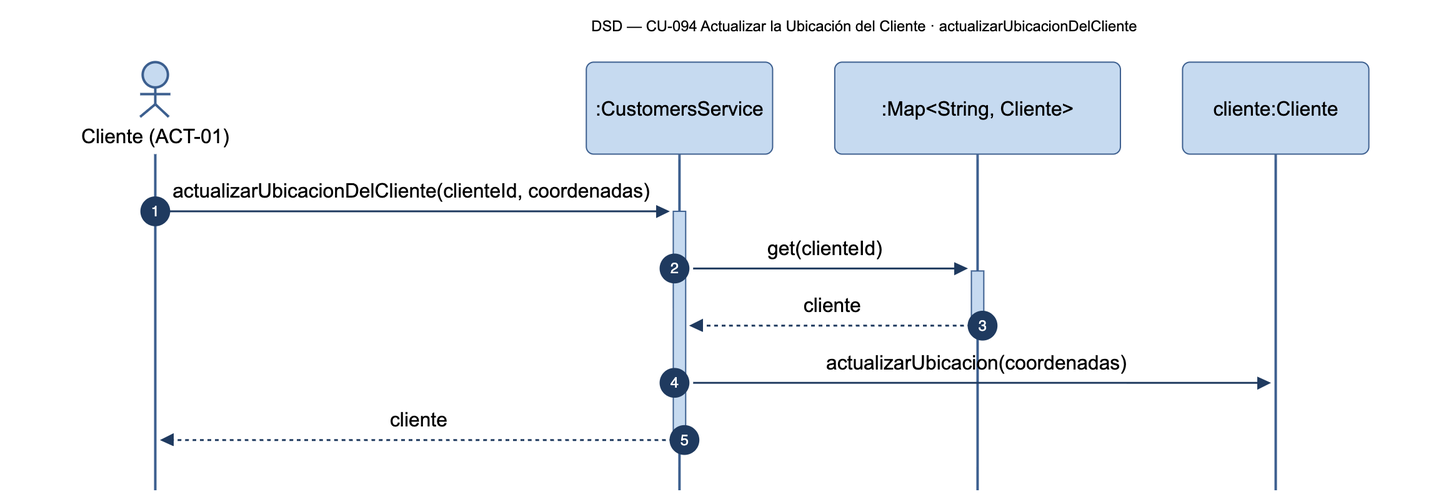
The Mermaid diagram diagramas/png/DSD_CU-094_actualizarUbicacionDelCliente.png in Nahuelito-Dev/splg-docs, before a commit. Its source is kept beside it as diagramas/DSD_CU-094_actualizarUbicacionDelCliente.mmd.
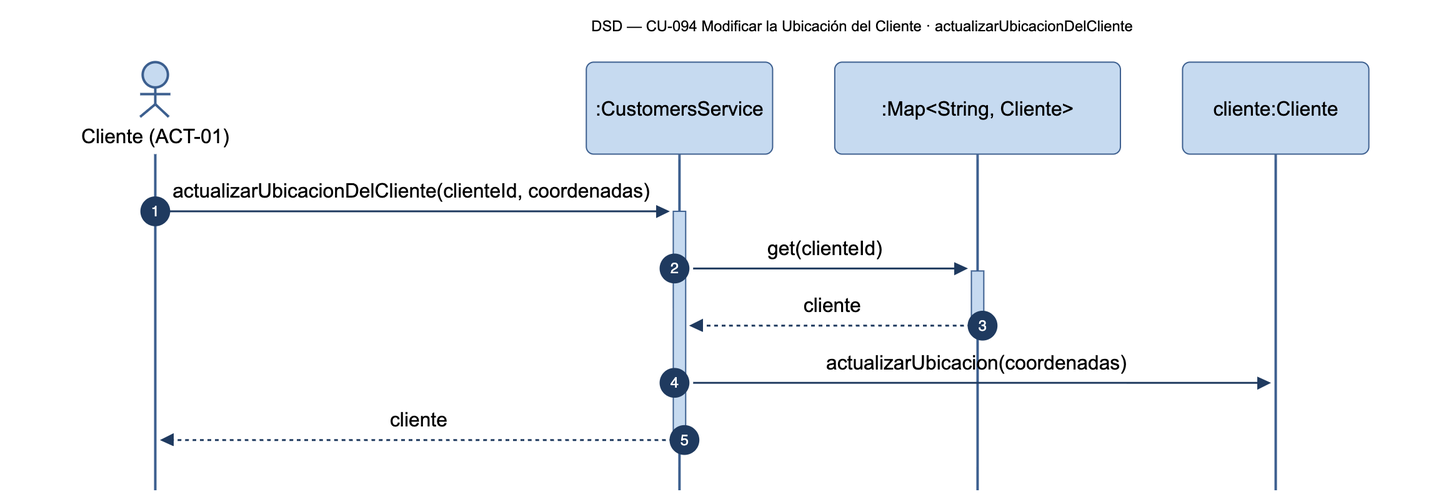
After the commit.

Change to the diagram source:
```diff
@@ -1,5 +1,5 @@
 sequenceDiagram
-    title DSD — CU-094 Actualizar la Ubicación del Cliente · actualizarUbicacionDelCliente
+    title DSD — CU-094 Modificar la Ubicación del Cliente · actualizarUbicacionDelCliente
     autonumber
     actor CLI as Cliente (ACT-01)
     participant SRV as :CustomersService
```
